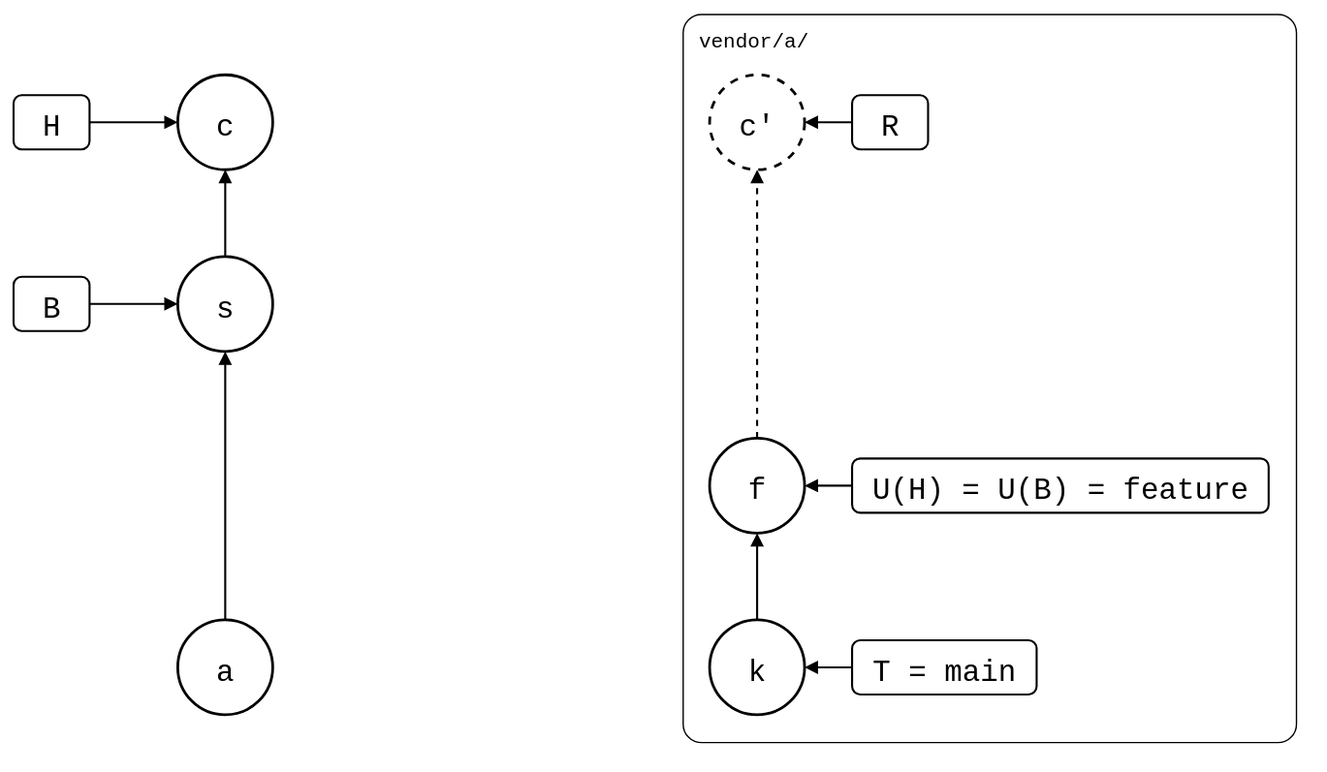
The draw.io diagram git-splice/test/scenarios/03-branches-and-teamwork/03-squash-merged-pull/squash-merged-pull.drawio.svg in roschaefer/episodes, before a commit. Source tidied: cells renumbered, new cells last; positions are measured from the earlier drawing's top-left corner, leaving out a move shared by most shapes.
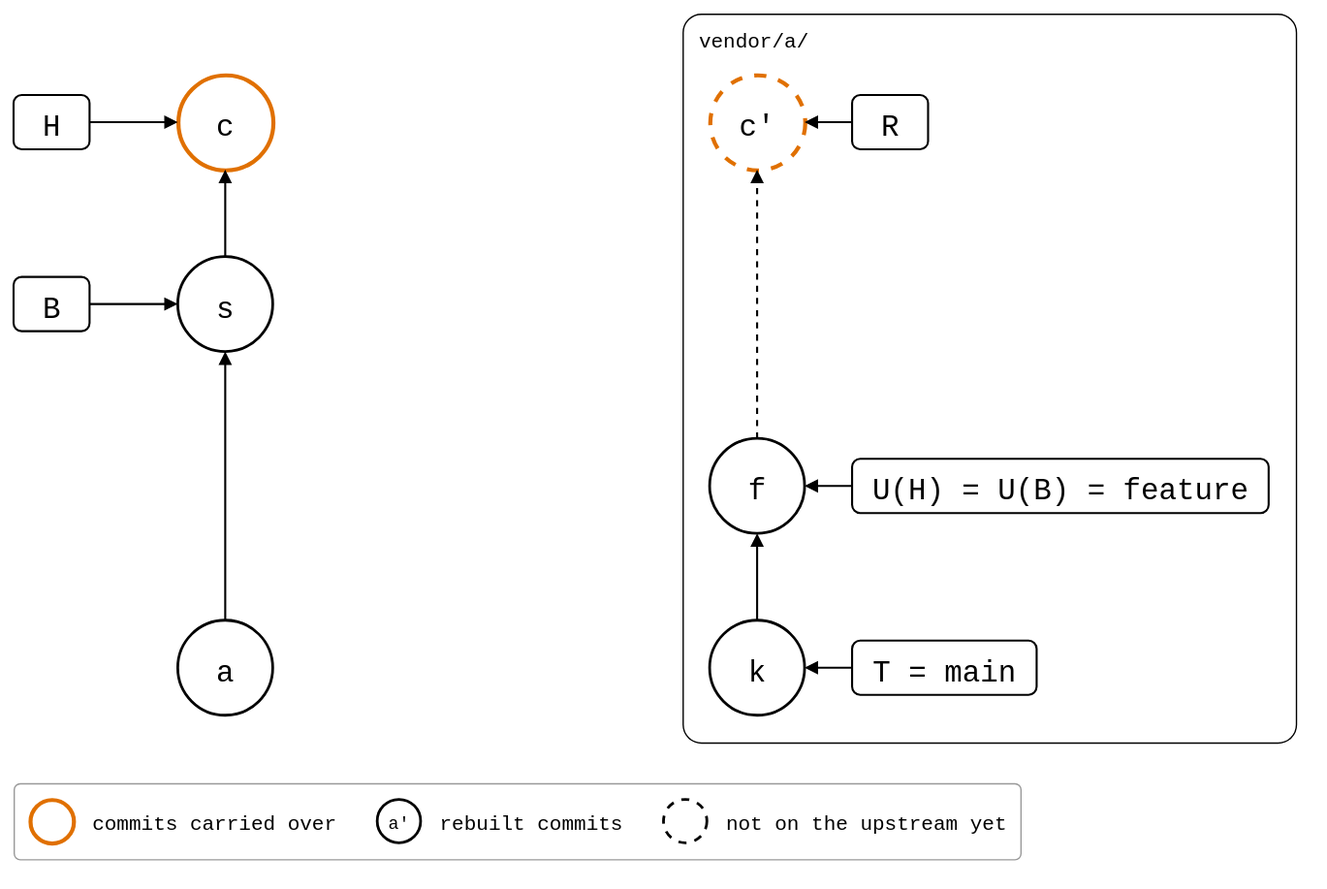
The same diagram one commit later.

Diff of the diagram source:
```diff
@@ -11,7 +11,7 @@
     <mxCell id="4" value="s" style="ellipse;strokeWidth=2;fontSize=22;fontFamily=Roboto Mono,monospace;" parent="1" vertex="1">
       <mxGeometry x="121" y="179" width="70" height="70" as="geometry" />
     </mxCell>
-    <mxCell id="5" value="c" style="ellipse;strokeWidth=2;fontSize=22;fontFamily=Roboto Mono,monospace;" parent="1" vertex="1">
+    <mxCell id="5" value="c" style="ellipse;fontSize=22;fontFamily=Roboto Mono,monospace;strokeColor=#E07000;strokeWidth=3;" parent="1" vertex="1">
       <mxGeometry x="121" y="45" width="70" height="70" as="geometry" />
     </mxCell>
     <mxCell id="6" value="k" style="ellipse;strokeWidth=2;fontSize=22;fontFamily=Roboto Mono,monospace;" parent="1" vertex="1">
@@ -20,7 +20,7 @@
     <mxCell id="7" value="f" style="ellipse;strokeWidth=2;fontSize=22;fontFamily=Roboto Mono,monospace;" parent="1" vertex="1">
       <mxGeometry x="513" y="313" width="70" height="70" as="geometry" />
     </mxCell>
-    <mxCell id="8" value="c'" style="ellipse;strokeWidth=2;fontSize=22;fontFamily=Roboto Mono,monospace;dashed=1;" parent="1" vertex="1">
+    <mxCell id="8" value="c'" style="ellipse;fontSize=22;fontFamily=Roboto Mono,monospace;dashed=1;strokeColor=#E07000;strokeWidth=3;" parent="1" vertex="1">
       <mxGeometry x="513" y="45" width="70" height="70" as="geometry" />
     </mxCell>
     <mxCell id="9" value="H" style="rounded=1;strokeWidth=1.5;fontSize=22;fontFamily=Roboto Mono,monospace;" parent="1" vertex="1">
@@ -65,5 +65,26 @@
     <mxCell id="22" style="endArrow=block;endFill=1;html=1;strokeWidth=1.5;rounded=0;dashed=1;" parent="1" edge="1" source="7" target="8">
       <mxGeometry relative="1" as="geometry" />
     </mxCell>
+    <mxCell id="23" style="rounded=1;arcSize=8;fillColor=none;strokeColor=#999999;strokeWidth=1;legend=1;" parent="1" vertex="1">
+      <mxGeometry y="567" width="742" height="56" as="geometry" />
+    </mxCell>
+    <mxCell id="24" style="ellipse;fontSize=13;fontFamily=Roboto Mono,monospace;strokeColor=#E07000;strokeWidth=3;" parent="23" vertex="1">
+      <mxGeometry x="12" y="12" width="32" height="32" as="geometry" />
+    </mxCell>
+    <mxCell id="25" value="commits carried over" style="text;align=left;verticalAlign=middle;fontSize=15;fontFamily=Roboto Mono,monospace;" parent="23" vertex="1">
+      <mxGeometry x="56" y="12" width="180" height="32" as="geometry" />
+    </mxCell>
+    <mxCell id="26" value="a'" style="ellipse;fontSize=13;fontFamily=Roboto Mono,monospace;strokeWidth=2;" parent="23" vertex="1">
+      <mxGeometry x="268" y="12" width="32" height="32" as="geometry" />
+    </mxCell>
+    <mxCell id="27" value="rebuilt commits" style="text;align=left;verticalAlign=middle;fontSize=15;fontFamily=Roboto Mono,monospace;" parent="23" vertex="1">
+      <mxGeometry x="312" y="12" width="135" height="32" as="geometry" />
+    </mxCell>
+    <mxCell id="28" style="ellipse;fontSize=13;fontFamily=Roboto Mono,monospace;strokeWidth=2;dashed=1;" parent="23" vertex="1">
+      <mxGeometry x="479" y="12" width="32" height="32" as="geometry" />
+    </mxCell>
+    <mxCell id="29" value="not on the upstream yet" style="text;align=left;verticalAlign=middle;fontSize=15;fontFamily=Roboto Mono,monospace;" parent="23" vertex="1">
+      <mxGeometry x="523" y="12" width="207" height="32" as="geometry" />
+    </mxCell>
   </root>
 </mxGraphModel>
```
